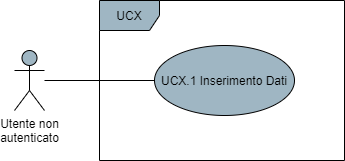
Before: DocumentazioneEsterna/AnalisiDeiRequisiti/res/UseCase/Immagini/Registrazione.png, a diagram exported from draw.io (Omicron-Team/Documentazione). Source tidied: cells renumbered, new cells last; positions are measured from the earlier drawing's top-left corner, leaving out a move shared by most shapes.
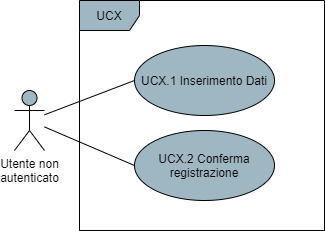
Later version of the same file.

Commit message:
use case admin, modifica profilo, cambiato registrazione, aggiunto diagramma attori primari

Diff of the diagram source:
```diff
@@ -2,17 +2,23 @@
   <root>
     <mxCell id="0" />
     <mxCell id="1" parent="0" />
-    <mxCell id="2" style="edgeStyle=orthogonalEdgeStyle;rounded=0;jettySize=auto;html=1;endArrow=none;endFill=0;" parent="1" edge="1" source="3" target="5">
+    <mxCell id="2" style="rounded=0;jettySize=auto;html=1;endArrow=none;endFill=0;entryX=0;entryY=0.5;entryDx=0;entryDy=0;" parent="1" edge="1" source="3" target="5">
       <mxGeometry relative="1" as="geometry" />
     </mxCell>
+    <mxCell id="6" style="edgeStyle=none;rounded=0;jettySize=auto;html=1;entryX=0;entryY=0.5;entryDx=0;entryDy=0;endArrow=none;endFill=0;endSize=10;" parent="1" edge="1" source="3" target="7">
+      <mxGeometry relative="1" as="geometry" />
+    </mxCell>
     <mxCell id="3" value="Utente non&lt;br&gt;autenticato" style="shape=umlActor;verticalLabelPosition=bottom;verticalAlign=top;html=1;fillColor=#9FB6C3;" parent="1" vertex="1">
-      <mxGeometry y="50" width="30" height="60" as="geometry" />
+      <mxGeometry x="20" y="90" width="30" height="60" as="geometry" />
     </mxCell>
     <mxCell id="4" value="UCX" style="shape=umlFrame;whiteSpace=wrap;html=1;fillColor=#9FB6C3;" parent="1" vertex="1">
-      <mxGeometry x="85" width="245" height="160" as="geometry" />
+      <mxGeometry x="85" width="245" height="230" as="geometry" />
     </mxCell>
     <mxCell id="5" value="UCX.1 Inserimento Dati" style="ellipse;whiteSpace=wrap;html=1;fillColor=#9FB6C3;" parent="1" vertex="1">
       <mxGeometry x="140" y="45" width="140" height="70" as="geometry" />
     </mxCell>
+    <mxCell id="7" value="UCX.2 Conferma registrazione" style="ellipse;whiteSpace=wrap;html=1;fillColor=#9FB6C3;" parent="1" vertex="1">
+      <mxGeometry x="140" y="130" width="140" height="70" as="geometry" />
+    </mxCell>
   </root>
 </mxGraphModel>
```
